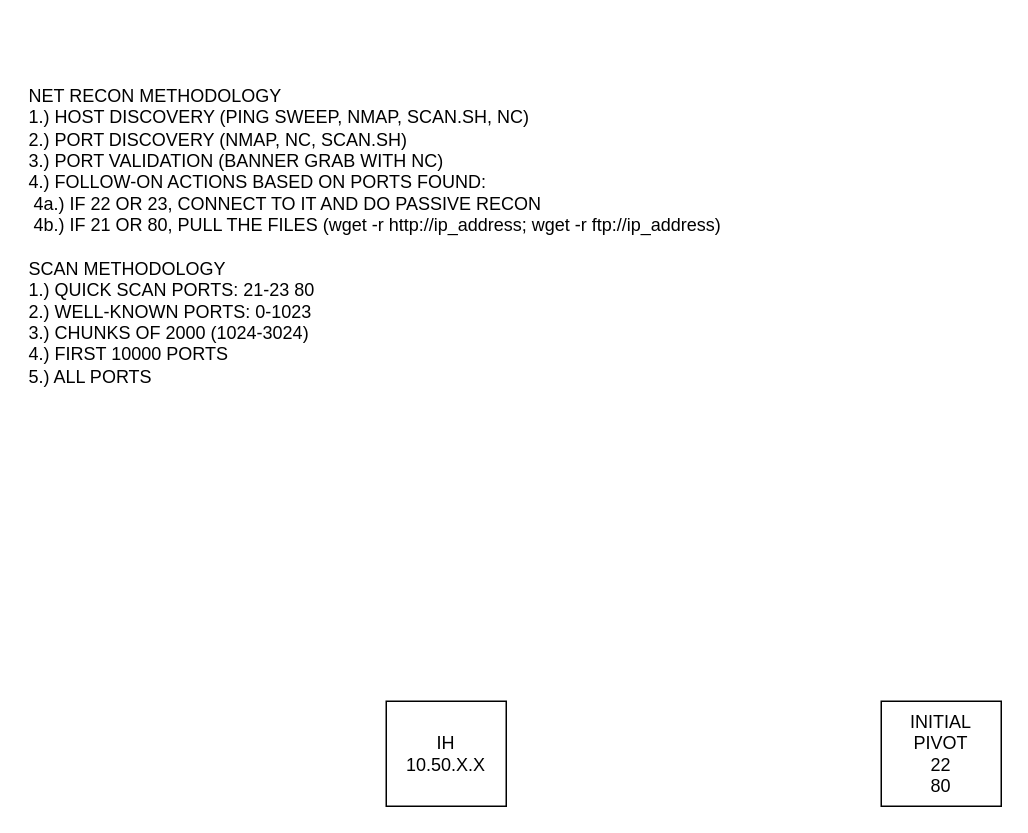
The draw.io diagram Notes.drawio in AmericanFrench/BLOG, before the edit. Source tidied: cells renumbered, new cells numbered last; positions are measured from the earlier drawing's top-left corner, leaving out a move shared by most shapes. Both pictures are drawn from the tidied source at 150%, with x=0, y=0 at pixel (26, 26).
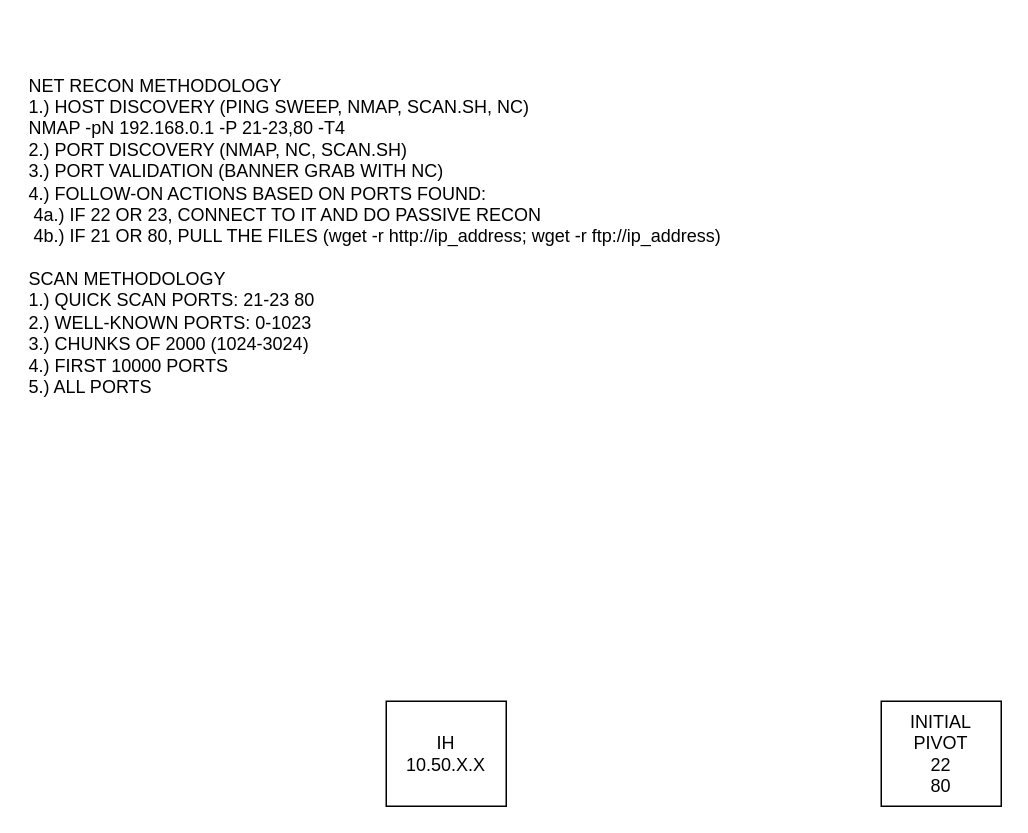
The same page after the edit.

The edit, as a diff of the source:
```diff
@@
 <mxGraphModel>
   <root>
     <mxCell id="0" />
     <mxCell id="1" parent="0" />
     <mxCell id="2" value="&lt;div&gt;IH&lt;/div&gt;&lt;div&gt;10.50.X.X&lt;br&gt;&lt;/div&gt;" style="rounded=0;whiteSpace=wrap;html=1;" parent="1" vertex="1">
       <mxGeometry x="240" y="450" width="80" height="70" as="geometry" />
     </mxCell>
     <mxCell id="3" value="&lt;div&gt;INITIAL&lt;/div&gt;&lt;div&gt;PIVOT&lt;/div&gt;&lt;div&gt;22&lt;/div&gt;&lt;div&gt;80&lt;br&gt;&lt;/div&gt;" style="rounded=0;whiteSpace=wrap;html=1;" parent="1" vertex="1">
       <mxGeometry x="570" y="450" width="80" height="70" as="geometry" />
     </mxCell>
-    <mxCell id="4" value="&lt;div align=&quot;left&quot;&gt;NET RECON METHODOLOGY&lt;/div&gt;&lt;div align=&quot;left&quot;&gt;1.) HOST DISCOVERY (PING SWEEP, NMAP, SCAN.SH, NC)&lt;/div&gt;&lt;div align=&quot;left&quot;&gt;2.) PORT DISCOVERY (NMAP, NC, SCAN.SH)&lt;/div&gt;&lt;div align=&quot;left&quot;&gt;3.) PORT VALIDATION (BANNER GRAB WITH NC)&lt;/div&gt;&lt;div align=&quot;left&quot;&gt;4.) FOLLOW-ON ACTIONS BASED ON PORTS FOUND:&lt;/div&gt;&lt;div align=&quot;left&quot;&gt;&lt;span style=&quot;white-space: pre;&quot;&gt; &lt;/span&gt;4a.) IF 22 OR 23, CONNECT TO IT AND DO PASSIVE RECON&lt;/div&gt;&lt;div align=&quot;left&quot;&gt;&lt;span style=&quot;white-space: pre;&quot;&gt; &lt;/span&gt;4b.) IF 21 OR 80, PULL THE FILES (wget -r http://ip_address; wget -r ftp://ip_address)&lt;/div&gt;&lt;div align=&quot;left&quot;&gt;&lt;br&gt;&lt;/div&gt;&lt;div align=&quot;left&quot;&gt;SCAN METHODOLOGY&lt;/div&gt;&lt;div align=&quot;left&quot;&gt;1.) QUICK SCAN PORTS: 21-23 80&lt;/div&gt;&lt;div align=&quot;left&quot;&gt;2.) WELL-KNOWN PORTS: 0-1023&lt;/div&gt;&lt;div align=&quot;left&quot;&gt;3.) CHUNKS OF 2000 (1024-3024)&lt;/div&gt;&lt;div align=&quot;left&quot;&gt;4.) FIRST 10000 PORTS&lt;/div&gt;&lt;div align=&quot;left&quot;&gt;5.) ALL PORTS&lt;br&gt;&lt;/div&gt;" style="text;html=1;strokeColor=none;fillColor=none;align=left;verticalAlign=middle;whiteSpace=wrap;rounded=0;" parent="1" vertex="1">
+    <mxCell id="4" value="&lt;div align=&quot;left&quot;&gt;NET RECON METHODOLOGY&lt;/div&gt;&lt;div align=&quot;left&quot;&gt;1.) HOST DISCOVERY (PING SWEEP, NMAP, SCAN.SH, NC)&lt;/div&gt;&lt;div align=&quot;left&quot;&gt;NMAP -pN 192.168.0.1 -P 21-23,80 -T4&lt;br&gt;&lt;/div&gt;&lt;div align=&quot;left&quot;&gt;2.) PORT DISCOVERY (NMAP, NC, SCAN.SH)&lt;/div&gt;&lt;div align=&quot;left&quot;&gt;3.) PORT VALIDATION (BANNER GRAB WITH NC)&lt;/div&gt;&lt;div align=&quot;left&quot;&gt;4.) FOLLOW-ON ACTIONS BASED ON PORTS FOUND:&lt;/div&gt;&lt;div align=&quot;left&quot;&gt;&lt;span style=&quot;white-space: pre;&quot;&gt; &lt;/span&gt;4a.) IF 22 OR 23, CONNECT TO IT AND DO PASSIVE RECON&lt;/div&gt;&lt;div align=&quot;left&quot;&gt;&lt;span style=&quot;white-space: pre;&quot;&gt; &lt;/span&gt;4b.) IF 21 OR 80, PULL THE FILES (wget -r http://ip_address; wget -r ftp://ip_address)&lt;/div&gt;&lt;div align=&quot;left&quot;&gt;&lt;br&gt;&lt;/div&gt;&lt;div align=&quot;left&quot;&gt;SCAN METHODOLOGY&lt;/div&gt;&lt;div align=&quot;left&quot;&gt;1.) QUICK SCAN PORTS: 21-23 80&lt;/div&gt;&lt;div align=&quot;left&quot;&gt;2.) WELL-KNOWN PORTS: 0-1023&lt;/div&gt;&lt;div align=&quot;left&quot;&gt;3.) CHUNKS OF 2000 (1024-3024)&lt;/div&gt;&lt;div align=&quot;left&quot;&gt;4.) FIRST 10000 PORTS&lt;/div&gt;&lt;div align=&quot;left&quot;&gt;5.) ALL PORTS&lt;br&gt;&lt;/div&gt;" style="text;html=1;strokeColor=none;fillColor=none;align=left;verticalAlign=middle;whiteSpace=wrap;rounded=0;" parent="1" vertex="1">
       <mxGeometry width="510" height="280" as="geometry" />
     </mxCell>
   </root>
 </mxGraphModel>
```
